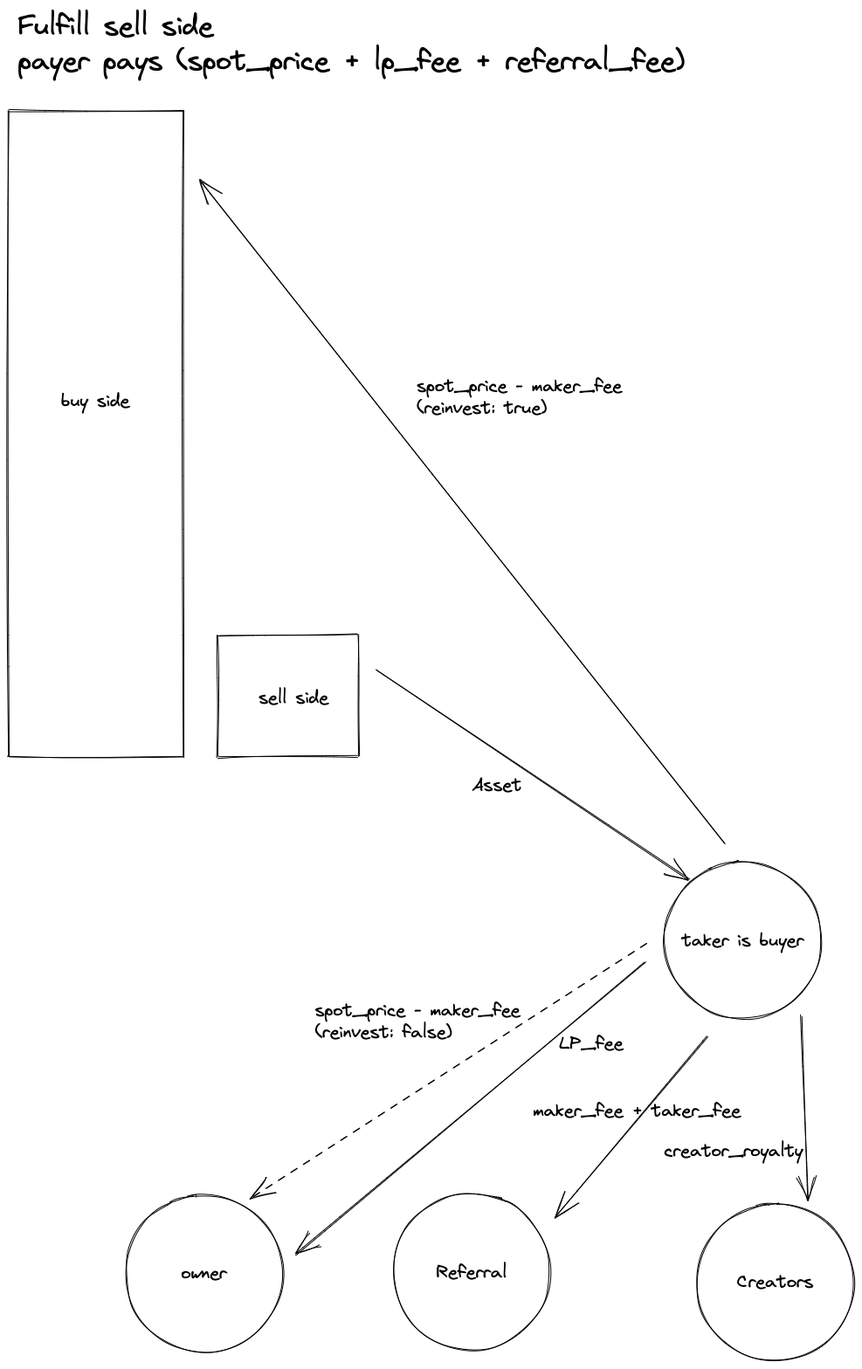
The Excalidraw diagram docs/fulfill_sell.excalidraw.png in me-foundation/mmm, before a commit. Source tidied: one line per element, renumbered; positions are measured from the earlier drawing's top-left corner, leaving out a move shared by most shapes.
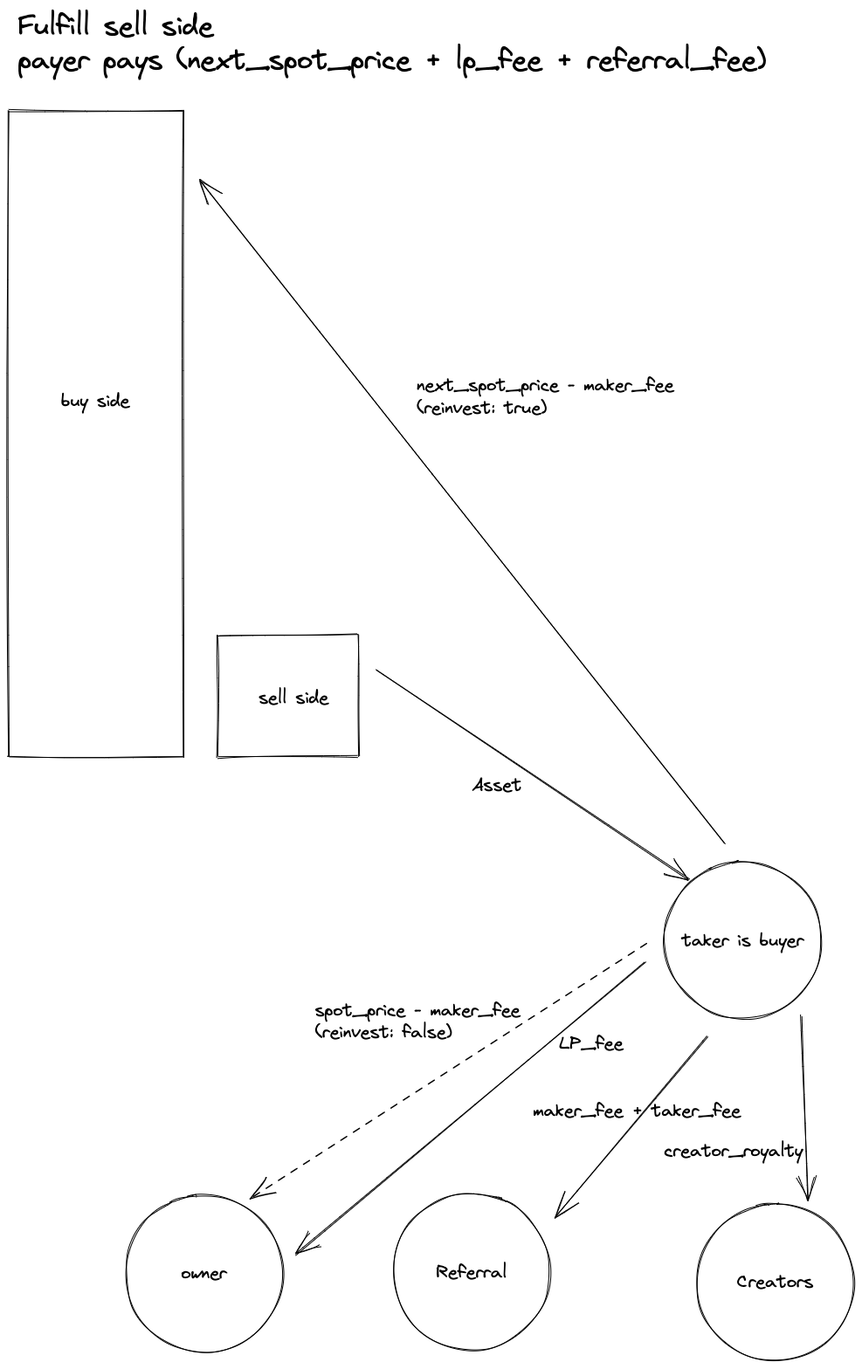
The same diagram one commit later.

Commit message:
Fix image for fulfill sell

Change to the diagram source:
```diff
@@ -6,7 +6,7 @@
 {"id": 5, "type": "text", "text": "owner", "strokeColor": "#000000", "strokeWidth": 1, "roughness": 1, "fontSize": 20, "fontFamily": 1, "textAlign": "center", "verticalAlign": "middle", "inside": 4, "x": 197, "y": 1436, "width": 54, "height": 25}
 {"id": 6, "type": "ellipse", "strokeColor": "#000000", "strokeWidth": 1, "roughness": 1, "x": 750, "y": 977, "width": 180, "height": 180}
 {"id": 7, "type": "text", "text": "taker is buyer", "strokeColor": "#000000", "strokeWidth": 1, "roughness": 1, "fontSize": 20, "fontFamily": 1, "textAlign": "center", "verticalAlign": "middle", "inside": 6, "x": 756, "y": 1055, "width": 170, "height": 25}
-{"id": 8, "type": "text", "text": "spot_price - maker_fee\n(reinvest: true)", "strokeColor": "#000000", "strokeWidth": 1, "roughness": 1, "fontSize": 20, "fontFamily": 1, "x": 467, "y": 420, "width": 236, "height": 50}
+{"id": 8, "type": "text", "text": "next_spot_price - maker_fee\n(reinvest: true)", "strokeColor": "#000000", "strokeWidth": 1, "roughness": 1, "fontSize": 20, "fontFamily": 1, "x": 467, "y": 420, "width": 295, "height": 51}
 {"id": 9, "type": "text", "text": "Asset", "strokeColor": "#000000", "strokeWidth": 1, "roughness": 1, "fontSize": 20, "fontFamily": 1, "x": 530, "y": 877, "width": 58, "height": 25}
 {"id": 10, "type": "arrow", "strokeColor": "#000000", "strokeWidth": 1, "roughness": 1, "endArrowhead": "arrow", "from": 6, "to": 4, "x": 728, "y": 1091, "width": 401, "height": 337, "points": [[0, 0], [-401, 337]]}
 {"id": 11, "type": "text", "text": "LP_fee", "strokeColor": "#000000", "strokeWidth": 1, "roughness": 1, "fontSize": 20, "fontFamily": 1, "x": 630, "y": 1173, "width": 75, "height": 25}
@@ -18,7 +18,7 @@
 {"id": 17, "type": "text", "text": "maker_fee + taker_fee", "strokeColor": "#000000", "strokeWidth": 1, "roughness": 1, "fontSize": 20, "fontFamily": 1, "x": 600, "y": 1250, "width": 240, "height": 25}
 {"id": 18, "type": "arrow", "strokeColor": "#000000", "strokeWidth": 1, "strokeStyle": "dashed", "roughness": 1, "endArrowhead": "arrow", "from": 6, "to": 4, "x": 730, "y": 1072, "width": 453, "height": 289, "points": [[0, 0], [-453, 289]]}
 {"id": 19, "type": "text", "text": "spot_price - maker_fee\n(reinvest: false)", "strokeColor": "#000000", "strokeWidth": 1, "roughness": 1, "fontSize": 20, "fontFamily": 1, "x": 351, "y": 1135, "width": 236, "height": 50}
-{"id": 20, "type": "text", "text": "Fulfill sell side\npayer pays (spot_price + lp_fee + referral_fee)", "strokeColor": "#000000", "strokeWidth": 1, "strokeStyle": "dashed", "roughness": 1, "fontSize": 31.4, "fontFamily": 1, "x": 10, "y": 0, "width": 765, "height": 80}
+{"id": 20, "type": "text", "text": "Fulfill sell side\npayer pays (next_spot_price + lp_fee + referral_fee)", "strokeColor": "#000000", "strokeWidth": 1, "strokeStyle": "dashed", "roughness": 1, "fontSize": 31.4, "fontFamily": 1, "x": 10, "y": 0, "width": 859, "height": 79}
 {"id": 21, "type": "ellipse", "strokeColor": "#000000", "strokeWidth": 1, "roughness": 1, "x": 788, "y": 1369, "width": 180, "height": 180}
 {"id": 22, "type": "text", "text": "Creators", "strokeColor": "#000000", "strokeWidth": 1, "roughness": 1, "fontSize": 20, "fontFamily": 1, "textAlign": "center", "verticalAlign": "middle", "inside": 21, "x": 793, "y": 1446, "width": 170, "height": 25}
 {"id": 23, "type": "arrow", "strokeColor": "#000000", "strokeWidth": 1, "roughness": 1, "endArrowhead": "arrow", "from": 6, "to": 21, "x": 908, "y": 1153, "width": 7, "height": 212, "points": [[0, 0], [7, 212]]}
```
